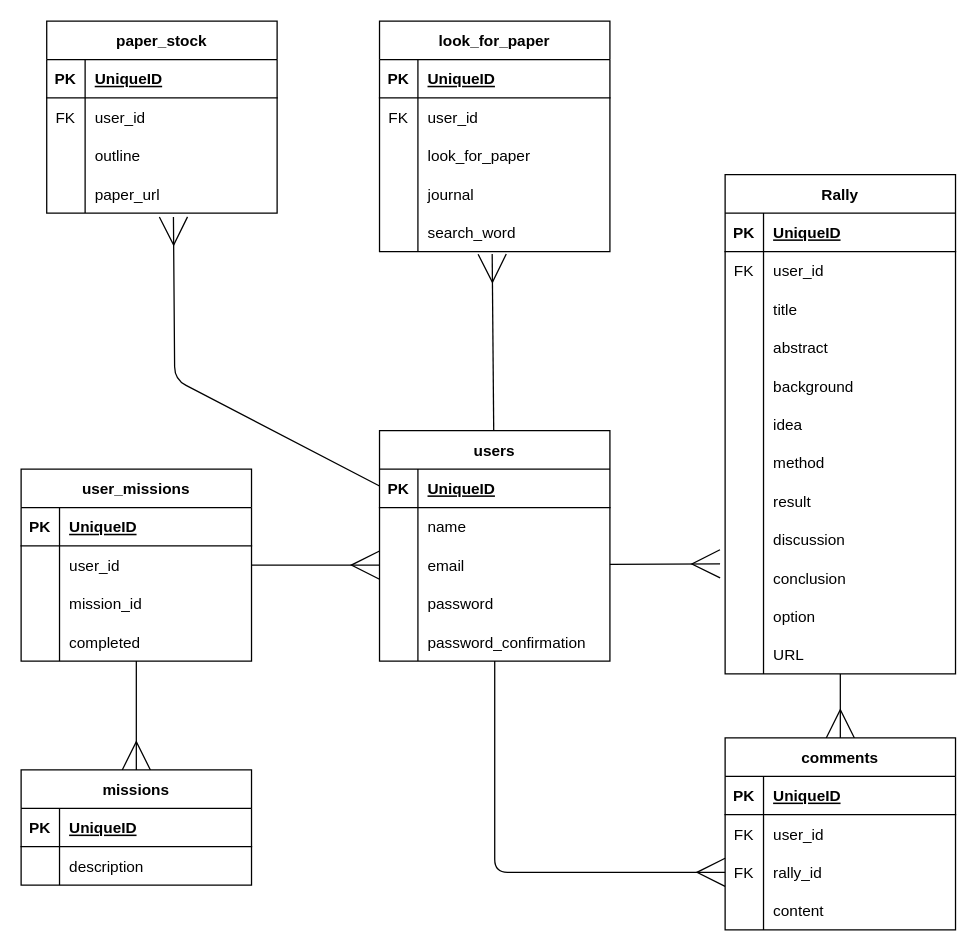
The draw.io diagram database.dio in Pokesyoum/TechRally, before the edit. Source tidied: cells renumbered, new cells numbered last; positions are measured from the earlier drawing's top-left corner, leaving out a move shared by most shapes. Both pictures are drawn from the tidied source at 128%, with x=0, y=0 at pixel (20, 20).
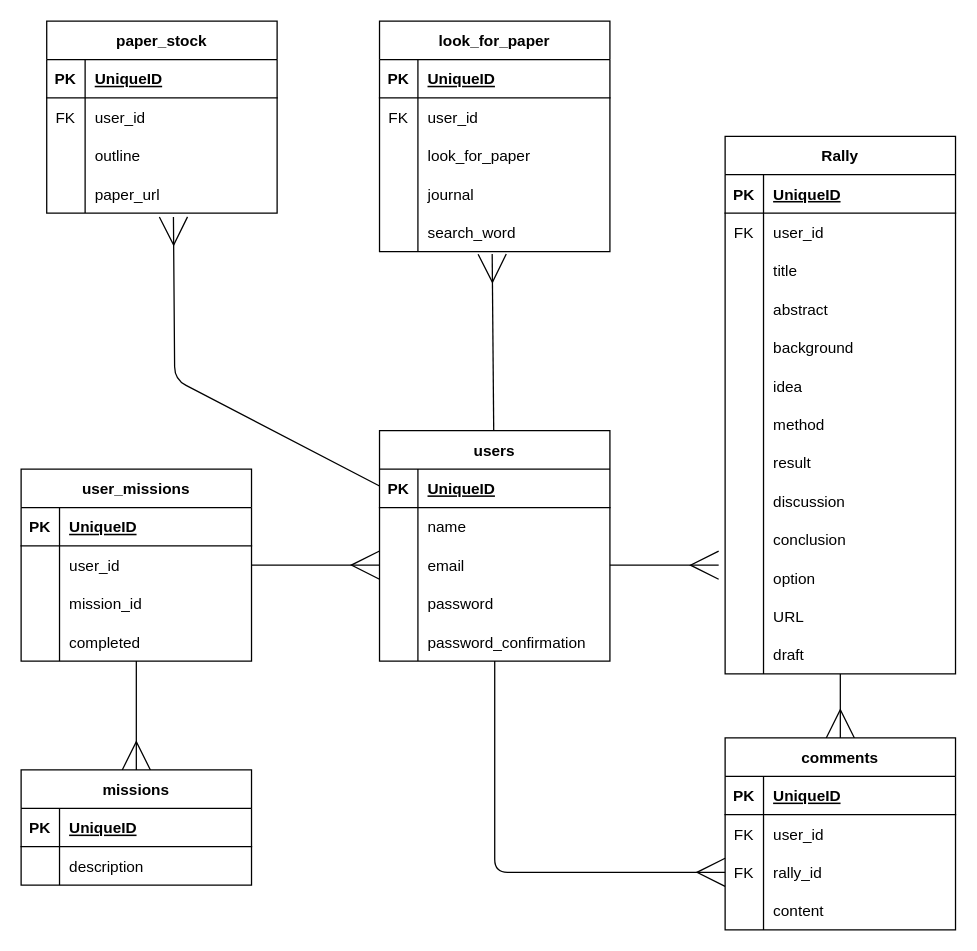
The same page after the edit.

Unchanged cells that the change refers to:
```xml
<mxCell id="12" style="shape=tableRow;horizontal=0;startSize=0;swimlaneHead=0;swimlaneBody=0;fillColor=none;points=[[0,0.5],[1,0.5]];portConstraint=eastwest;top=0;left=0;right=0;bottom=0;" parent="5" vertex="1">
  <mxGeometry y="90" width="180" height="30" as="geometry" />
</mxCell>
<mxCell id="50" style="shape=tableRow;horizontal=0;startSize=0;swimlaneHead=0;swimlaneBody=0;fillColor=none;points=[[0,0.5],[1,0.5]];portConstraint=eastwest;top=0;left=0;right=0;bottom=0;" parent="22" vertex="1">
  <mxGeometry y="300" width="180" height="30" as="geometry" />
</mxCell>
<mxCell id="53" style="shape=tableRow;horizontal=0;startSize=0;swimlaneHead=0;swimlaneBody=0;fillColor=none;points=[[0,0.5],[1,0.5]];portConstraint=eastwest;top=0;left=0;right=0;bottom=0;" parent="22" vertex="1">
  <mxGeometry y="330" width="180" height="30" as="geometry" />
</mxCell>
```

Change to the diagram source:
```diff
@@
     <mxCell id="22" value="Rally" style="shape=table;startSize=30;childLayout=tableLayout;rowLines=0;fontStyle=1;align=center;" parent="1" vertex="1">
-      <mxGeometry x="550" y="120" width="180" height="390" as="geometry" />
+      <mxGeometry x="550" y="90" width="180" height="420" as="geometry" />
     </mxCell>
@@
+    <mxCell id="124" style="shape=tableRow;horizontal=0;startSize=0;swimlaneHead=0;swimlaneBody=0;fillColor=none;top=0;left=0;right=0;bottom=0;" parent="22" vertex="1">
+      <mxGeometry y="390" width="180" height="30" as="geometry" />
+    </mxCell>
+    <mxCell id="125" style="shape=partialRectangle;fillColor=none;top=0;left=0;bottom=0;right=0;overflow=hidden;" parent="124" vertex="1">
+      <mxGeometry width="30" height="30" as="geometry" />
+    </mxCell>
+    <mxCell id="126" value="draft" style="shape=partialRectangle;fillColor=none;top=0;left=0;bottom=0;right=0;align=left;spacingLeft=6;overflow=hidden;" parent="124" vertex="1">
+      <mxGeometry x="30" width="150" height="30" as="geometry" />
+    </mxCell>
@@
-    <mxCell id="72" style="edgeStyle=none;html=1;endArrow=ERmany;endFill=0;endSize=20;entryX=-0.022;entryY=0.133;entryDx=0;entryDy=0;entryPerimeter=0;" parent="1" edge="1" source="12" target="50">
+    <mxCell id="72" style="edgeStyle=none;html=1;endArrow=ERmany;endFill=0;endSize=20;entryX=-0.028;entryY=0.167;entryDx=0;entryDy=0;entryPerimeter=0;exitX=1;exitY=0.5;exitDx=0;exitDy=0;" parent="1" edge="1" source="12" target="53">
       <mxGeometry relative="1" as="geometry" />
     </mxCell>
```
